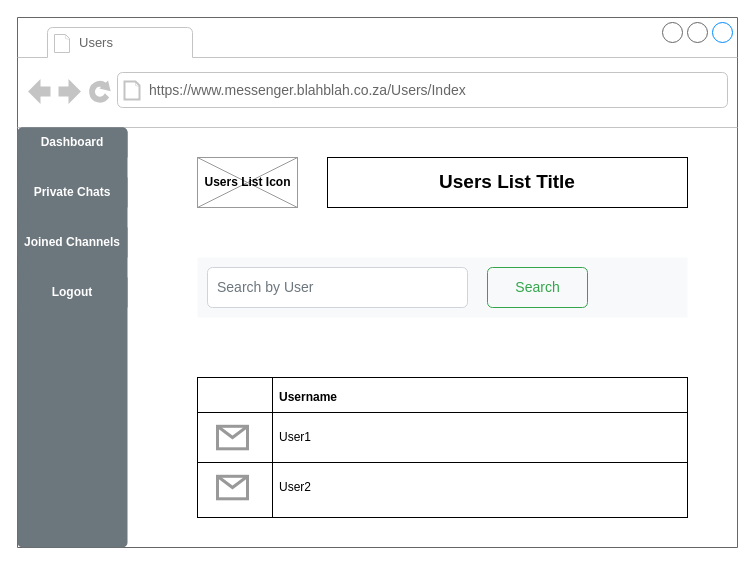
Earlier version of the draw.io diagram 115365 - System Inputs and Outputs/Exercises/Exercise 2 - Wireframes/3-UserListWireframe.drawio (Sahil-Chillisoft/LearnershipSecondBlock). Source tidied: cells renumbered, new cells numbered last; positions are measured from the earlier drawing's top-left corner, leaving out a move shared by most shapes. Both pictures are drawn from the tidied source at 100%, with x=0, y=0 at pixel (17, 17).
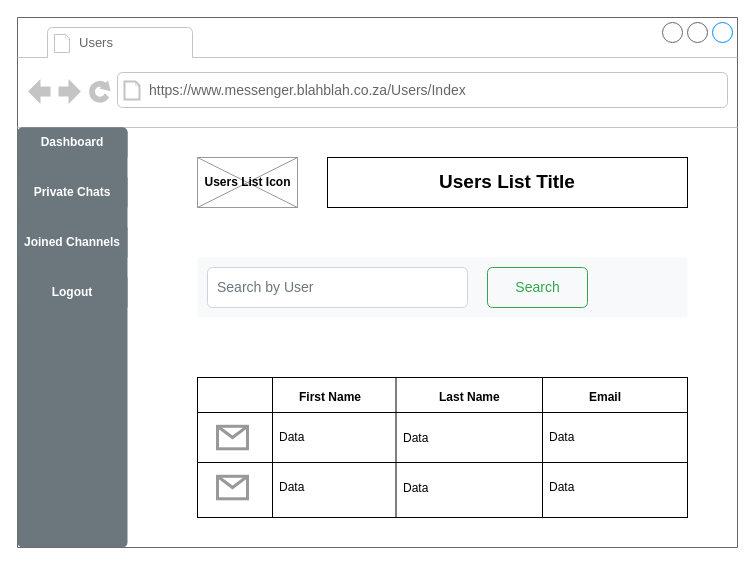
The same page after the edit.

The change refers to these unchanged cells:
```xml
<mxCell id="2" style="strokeWidth=1;shadow=0;dashed=0;align=center;html=1;shape=mxgraph.mockup.containers.browserWindow;rSize=0;strokeColor=#666666;strokeColor2=#008cff;strokeColor3=#c4c4c4;mainText=,;" parent="1" vertex="1">
  <mxGeometry width="720" height="530" as="geometry" />
</mxCell>
```

Diff of the diagram source:
```diff
@@
-    <mxCell id="19" value="&lt;b&gt;Username&lt;/b&gt;" style="text;html=1;strokeColor=none;fillColor=none;align=left;verticalAlign=middle;whiteSpace=wrap;rounded=0;" parent="2" vertex="1">
-      <mxGeometry x="260" y="370" width="190" height="20" as="geometry" />
+    <mxCell id="19" value="&lt;b&gt;First Name&lt;/b&gt;" style="text;html=1;strokeColor=none;fillColor=none;align=left;verticalAlign=middle;whiteSpace=wrap;rounded=0;" parent="2" vertex="1">
+      <mxGeometry x="280" y="370" width="70" height="20" as="geometry" />
     </mxCell>
-    <mxCell id="20" value="User1" style="text;html=1;strokeColor=none;fillColor=none;align=left;verticalAlign=middle;whiteSpace=wrap;rounded=0;" parent="2" vertex="1">
-      <mxGeometry x="260" y="410" width="190" height="20" as="geometry" />
+    <mxCell id="20" value="Data" style="text;html=1;strokeColor=none;fillColor=none;align=left;verticalAlign=middle;whiteSpace=wrap;rounded=0;" parent="2" vertex="1">
+      <mxGeometry x="260" y="410" width="70" height="20" as="geometry" />
     </mxCell>
-    <mxCell id="21" value="User2" style="text;html=1;strokeColor=none;fillColor=none;align=left;verticalAlign=middle;whiteSpace=wrap;rounded=0;" parent="2" vertex="1">
-      <mxGeometry x="260" y="460" width="190" height="20" as="geometry" />
+    <mxCell id="21" value="Data" style="text;html=1;strokeColor=none;fillColor=none;align=left;verticalAlign=middle;whiteSpace=wrap;rounded=0;" parent="2" vertex="1">
+      <mxGeometry x="260" y="460" width="60" height="20" as="geometry" />
     </mxCell>
@@
+    <mxCell id="24" value="&lt;b&gt;Last Name&lt;/b&gt;" style="text;html=1;strokeColor=none;fillColor=none;align=left;verticalAlign=middle;whiteSpace=wrap;rounded=0;" parent="2" vertex="1">
+      <mxGeometry x="420" y="370" width="70" height="20" as="geometry" />
+    </mxCell>
+    <mxCell id="25" value="&lt;b&gt;Email&lt;/b&gt;" style="text;html=1;strokeColor=none;fillColor=none;align=left;verticalAlign=middle;whiteSpace=wrap;rounded=0;" parent="2" vertex="1">
+      <mxGeometry x="570" y="370" width="70" height="20" as="geometry" />
+    </mxCell>
+    <mxCell id="26" style="line;strokeWidth=1;direction=south;html=1;rotation=-180;" parent="2" vertex="1">
+      <mxGeometry x="373.5" y="360" width="10" height="140" as="geometry" />
+    </mxCell>
+    <mxCell id="27" style="line;strokeWidth=1;direction=south;html=1;rotation=-180;" parent="2" vertex="1">
+      <mxGeometry x="520" y="360" width="10" height="140" as="geometry" />
+    </mxCell>
+    <mxCell id="28" value="Data" style="text;html=1;strokeColor=none;fillColor=none;align=left;verticalAlign=middle;whiteSpace=wrap;rounded=0;" parent="2" vertex="1">
+      <mxGeometry x="530" y="460" width="70" height="20" as="geometry" />
+    </mxCell>
+    <mxCell id="29" value="Data" style="text;html=1;strokeColor=none;fillColor=none;align=left;verticalAlign=middle;whiteSpace=wrap;rounded=0;" parent="2" vertex="1">
+      <mxGeometry x="383.5" y="461.2" width="70" height="20" as="geometry" />
+    </mxCell>
+    <mxCell id="30" value="Data" style="text;html=1;strokeColor=none;fillColor=none;align=left;verticalAlign=middle;whiteSpace=wrap;rounded=0;" parent="2" vertex="1">
+      <mxGeometry x="383.5" y="411.2" width="70" height="20" as="geometry" />
+    </mxCell>
+    <mxCell id="31" value="Data" style="text;html=1;strokeColor=none;fillColor=none;align=left;verticalAlign=middle;whiteSpace=wrap;rounded=0;" parent="2" vertex="1">
+      <mxGeometry x="530" y="410" width="70" height="20" as="geometry" />
+    </mxCell>
```
